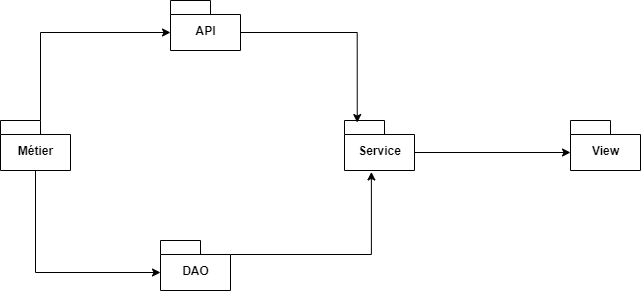
Earlier version of the draw.io export diagrammes/diagramme_package_client.png (TheAIWizard/Ensaeats). Source tidied: cells renumbered, new cells last; positions are measured from the earlier drawing's top-left corner, leaving out a move shared by most shapes. Its diagram source:
```xml
<mxGraphModel>
  <root>
    <mxCell id="0" />
    <mxCell id="1" parent="0" />
    <mxCell id="2" style="edgeStyle=orthogonalEdgeStyle;rounded=0;jettySize=auto;html=1;exitX=0;exitY=0;exitDx=70;exitDy=32;exitPerimeter=0;entryX=0;entryY=0;entryDx=0;entryDy=32;entryPerimeter=0;" parent="1" edge="1" source="3" target="9">
      <mxGeometry relative="1" as="geometry" />
    </mxCell>
    <mxCell id="3" value="Service" style="shape=folder;fontStyle=1;spacingTop=10;tabWidth=40;tabHeight=14;tabPosition=left;html=1;" parent="1" vertex="1">
      <mxGeometry x="344" y="120" width="70" height="50" as="geometry" />
    </mxCell>
    <mxCell id="4" style="edgeStyle=orthogonalEdgeStyle;rounded=0;jettySize=auto;html=1;exitX=0;exitY=0;exitDx=70;exitDy=32;exitPerimeter=0;entryX=0.182;entryY=0.041;entryDx=0;entryDy=0;entryPerimeter=0;" parent="1" edge="1" source="5" target="3">
      <mxGeometry relative="1" as="geometry">
        <Array as="points">
          <mxPoint x="357" y="32" />
        </Array>
      </mxGeometry>
    </mxCell>
    <mxCell id="5" value="API" style="shape=folder;fontStyle=1;spacingTop=10;tabWidth=40;tabHeight=14;tabPosition=left;html=1;" parent="1" vertex="1">
      <mxGeometry x="170" width="70" height="50" as="geometry" />
    </mxCell>
    <mxCell id="6" style="edgeStyle=orthogonalEdgeStyle;rounded=0;jettySize=auto;html=1;exitX=0;exitY=0;exitDx=40;exitDy=0;exitPerimeter=0;entryX=0;entryY=0;entryDx=0;entryDy=32;entryPerimeter=0;" parent="1" edge="1" source="8" target="5">
      <mxGeometry relative="1" as="geometry" />
    </mxCell>
    <mxCell id="7" style="edgeStyle=orthogonalEdgeStyle;rounded=0;jettySize=auto;html=1;exitX=0.5;exitY=1;exitDx=0;exitDy=0;exitPerimeter=0;entryX=0;entryY=0;entryDx=0;entryDy=32;entryPerimeter=0;" parent="1" edge="1" source="8" target="11">
      <mxGeometry relative="1" as="geometry" />
    </mxCell>
    <mxCell id="8" value="Métier" style="shape=folder;fontStyle=1;spacingTop=10;tabWidth=40;tabHeight=14;tabPosition=left;html=1;" parent="1" vertex="1">
      <mxGeometry y="120" width="70" height="50" as="geometry" />
    </mxCell>
    <mxCell id="9" value="View" style="shape=folder;fontStyle=1;spacingTop=10;tabWidth=40;tabHeight=14;tabPosition=left;html=1;" parent="1" vertex="1">
      <mxGeometry x="570" y="120" width="70" height="50" as="geometry" />
    </mxCell>
    <mxCell id="10" style="edgeStyle=orthogonalEdgeStyle;rounded=0;jettySize=auto;html=1;exitX=0;exitY=0;exitDx=70;exitDy=14;exitPerimeter=0;entryX=0.384;entryY=1.029;entryDx=0;entryDy=0;entryPerimeter=0;" parent="1" edge="1" source="11" target="3">
      <mxGeometry relative="1" as="geometry" />
    </mxCell>
    <mxCell id="11" value="DAO" style="shape=folder;fontStyle=1;spacingTop=10;tabWidth=40;tabHeight=14;tabPosition=left;html=1;" parent="1" vertex="1">
      <mxGeometry x="160" y="240" width="70" height="50" as="geometry" />
    </mxCell>
  </root>
</mxGraphModel>
```
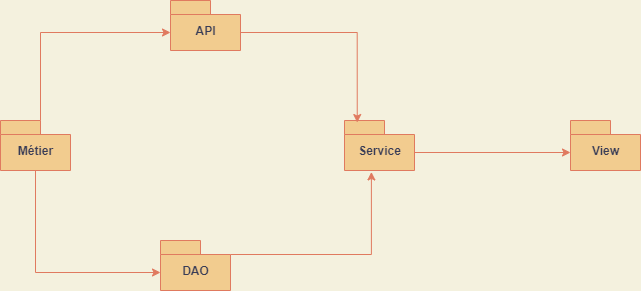
Above is the later version.

Commit message:
couleur package client

The edit, as a diff of the source:
```diff
@@ -1,39 +1,39 @@
-<mxGraphModel>
+<mxGraphModel background="#F4F1DE">
   <root>
     <mxCell id="0" />
     <mxCell id="1" parent="0" />
-    <mxCell id="2" style="edgeStyle=orthogonalEdgeStyle;rounded=0;jettySize=auto;html=1;exitX=0;exitY=0;exitDx=70;exitDy=32;exitPerimeter=0;entryX=0;entryY=0;entryDx=0;entryDy=32;entryPerimeter=0;" parent="1" edge="1" source="3" target="9">
+    <mxCell id="2" style="edgeStyle=orthogonalEdgeStyle;rounded=0;jettySize=auto;html=1;exitX=0;exitY=0;exitDx=70;exitDy=32;exitPerimeter=0;entryX=0;entryY=0;entryDx=0;entryDy=32;entryPerimeter=0;labelBackgroundColor=#F4F1DE;strokeColor=#E07A5F;fontColor=#393C56;" parent="1" edge="1" source="3" target="9">
       <mxGeometry relative="1" as="geometry" />
     </mxCell>
-    <mxCell id="3" value="Service" style="shape=folder;fontStyle=1;spacingTop=10;tabWidth=40;tabHeight=14;tabPosition=left;html=1;" parent="1" vertex="1">
+    <mxCell id="3" value="Service" style="shape=folder;fontStyle=1;spacingTop=10;tabWidth=40;tabHeight=14;tabPosition=left;html=1;fillColor=#F2CC8F;strokeColor=#E07A5F;fontColor=#393C56;" parent="1" vertex="1">
       <mxGeometry x="344" y="120" width="70" height="50" as="geometry" />
     </mxCell>
-    <mxCell id="4" style="edgeStyle=orthogonalEdgeStyle;rounded=0;jettySize=auto;html=1;exitX=0;exitY=0;exitDx=70;exitDy=32;exitPerimeter=0;entryX=0.182;entryY=0.041;entryDx=0;entryDy=0;entryPerimeter=0;" parent="1" edge="1" source="5" target="3">
+    <mxCell id="4" style="edgeStyle=orthogonalEdgeStyle;rounded=0;jettySize=auto;html=1;exitX=0;exitY=0;exitDx=70;exitDy=32;exitPerimeter=0;entryX=0.182;entryY=0.041;entryDx=0;entryDy=0;entryPerimeter=0;labelBackgroundColor=#F4F1DE;strokeColor=#E07A5F;fontColor=#393C56;" parent="1" edge="1" source="5" target="3">
       <mxGeometry relative="1" as="geometry">
         <Array as="points">
           <mxPoint x="357" y="32" />
         </Array>
       </mxGeometry>
     </mxCell>
-    <mxCell id="5" value="API" style="shape=folder;fontStyle=1;spacingTop=10;tabWidth=40;tabHeight=14;tabPosition=left;html=1;" parent="1" vertex="1">
+    <mxCell id="5" value="API" style="shape=folder;fontStyle=1;spacingTop=10;tabWidth=40;tabHeight=14;tabPosition=left;html=1;fillColor=#F2CC8F;strokeColor=#E07A5F;fontColor=#393C56;" parent="1" vertex="1">
       <mxGeometry x="170" width="70" height="50" as="geometry" />
     </mxCell>
-    <mxCell id="6" style="edgeStyle=orthogonalEdgeStyle;rounded=0;jettySize=auto;html=1;exitX=0;exitY=0;exitDx=40;exitDy=0;exitPerimeter=0;entryX=0;entryY=0;entryDx=0;entryDy=32;entryPerimeter=0;" parent="1" edge="1" source="8" target="5">
+    <mxCell id="6" style="edgeStyle=orthogonalEdgeStyle;rounded=0;jettySize=auto;html=1;exitX=0;exitY=0;exitDx=40;exitDy=0;exitPerimeter=0;entryX=0;entryY=0;entryDx=0;entryDy=32;entryPerimeter=0;labelBackgroundColor=#F4F1DE;strokeColor=#E07A5F;fontColor=#393C56;" parent="1" edge="1" source="8" target="5">
       <mxGeometry relative="1" as="geometry" />
     </mxCell>
-    <mxCell id="7" style="edgeStyle=orthogonalEdgeStyle;rounded=0;jettySize=auto;html=1;exitX=0.5;exitY=1;exitDx=0;exitDy=0;exitPerimeter=0;entryX=0;entryY=0;entryDx=0;entryDy=32;entryPerimeter=0;" parent="1" edge="1" source="8" target="11">
+    <mxCell id="7" style="edgeStyle=orthogonalEdgeStyle;rounded=0;jettySize=auto;html=1;exitX=0.5;exitY=1;exitDx=0;exitDy=0;exitPerimeter=0;entryX=0;entryY=0;entryDx=0;entryDy=32;entryPerimeter=0;labelBackgroundColor=#F4F1DE;strokeColor=#E07A5F;fontColor=#393C56;" parent="1" edge="1" source="8" target="11">
       <mxGeometry relative="1" as="geometry" />
     </mxCell>
-    <mxCell id="8" value="Métier" style="shape=folder;fontStyle=1;spacingTop=10;tabWidth=40;tabHeight=14;tabPosition=left;html=1;" parent="1" vertex="1">
+    <mxCell id="8" value="Métier" style="shape=folder;fontStyle=1;spacingTop=10;tabWidth=40;tabHeight=14;tabPosition=left;html=1;fillColor=#F2CC8F;strokeColor=#E07A5F;fontColor=#393C56;" parent="1" vertex="1">
       <mxGeometry y="120" width="70" height="50" as="geometry" />
     </mxCell>
-    <mxCell id="9" value="View" style="shape=folder;fontStyle=1;spacingTop=10;tabWidth=40;tabHeight=14;tabPosition=left;html=1;" parent="1" vertex="1">
+    <mxCell id="9" value="View" style="shape=folder;fontStyle=1;spacingTop=10;tabWidth=40;tabHeight=14;tabPosition=left;html=1;fillColor=#F2CC8F;strokeColor=#E07A5F;fontColor=#393C56;" parent="1" vertex="1">
       <mxGeometry x="570" y="120" width="70" height="50" as="geometry" />
     </mxCell>
-    <mxCell id="10" style="edgeStyle=orthogonalEdgeStyle;rounded=0;jettySize=auto;html=1;exitX=0;exitY=0;exitDx=70;exitDy=14;exitPerimeter=0;entryX=0.384;entryY=1.029;entryDx=0;entryDy=0;entryPerimeter=0;" parent="1" edge="1" source="11" target="3">
+    <mxCell id="10" style="edgeStyle=orthogonalEdgeStyle;rounded=0;jettySize=auto;html=1;exitX=0;exitY=0;exitDx=70;exitDy=14;exitPerimeter=0;entryX=0.384;entryY=1.029;entryDx=0;entryDy=0;entryPerimeter=0;labelBackgroundColor=#F4F1DE;strokeColor=#E07A5F;fontColor=#393C56;" parent="1" edge="1" source="11" target="3">
       <mxGeometry relative="1" as="geometry" />
     </mxCell>
-    <mxCell id="11" value="DAO" style="shape=folder;fontStyle=1;spacingTop=10;tabWidth=40;tabHeight=14;tabPosition=left;html=1;" parent="1" vertex="1">
+    <mxCell id="11" value="DAO" style="shape=folder;fontStyle=1;spacingTop=10;tabWidth=40;tabHeight=14;tabPosition=left;html=1;fillColor=#F2CC8F;strokeColor=#E07A5F;fontColor=#393C56;" parent="1" vertex="1">
       <mxGeometry x="160" y="240" width="70" height="50" as="geometry" />
     </mxCell>
   </root>
```
